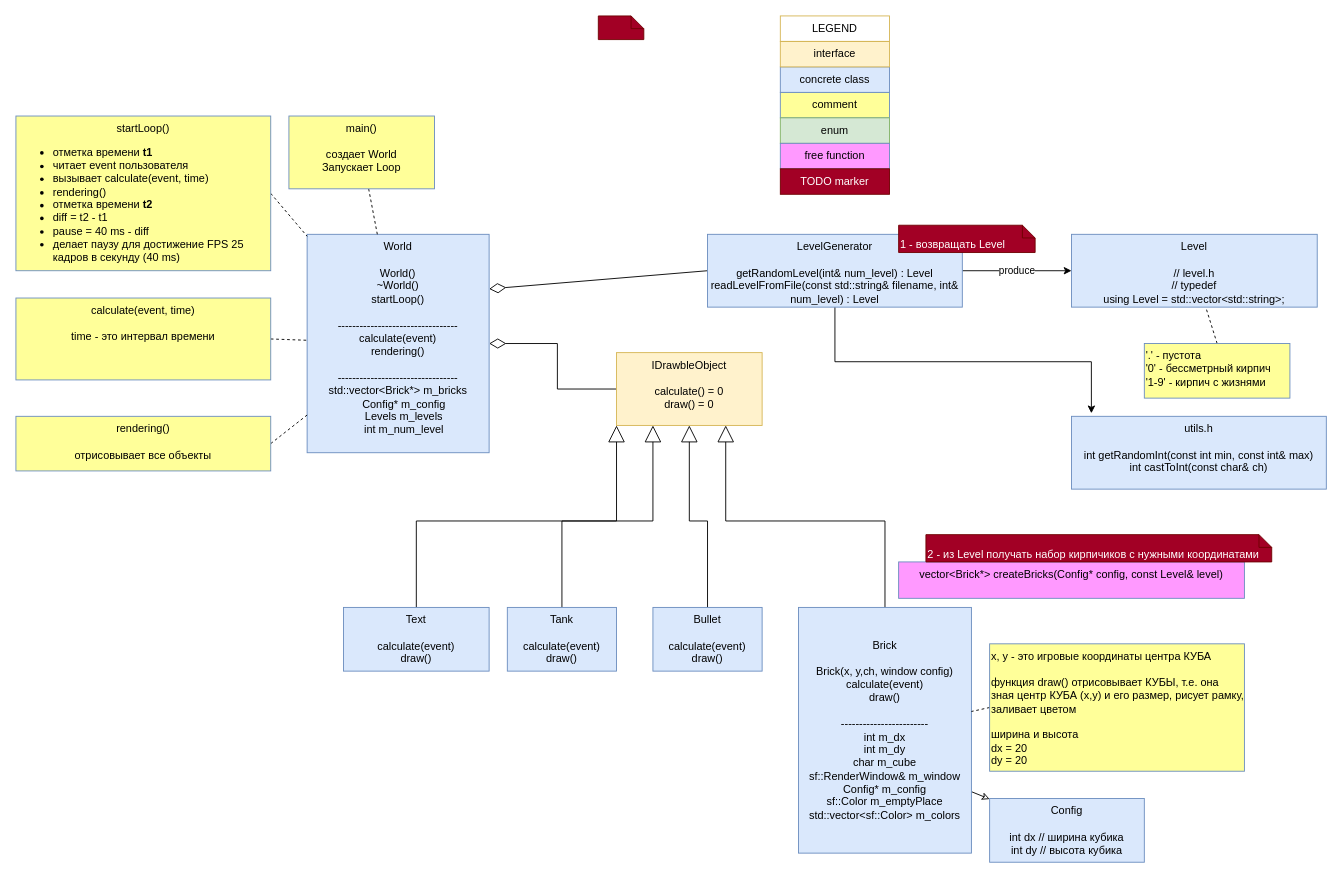
ProgProgrammer/tanks2 keeps this draw.io diagram as page "Page-1" (1 of 3) of TankUML.drawio. Above is the earlier version. Source tidied: cells renumbered, new cells numbered last; positions are measured from the earlier drawing's top-left corner, leaving out a move shared by most shapes. Both pictures are drawn from the tidied source at 91%, with x=0, y=0 at pixel (15, 15).
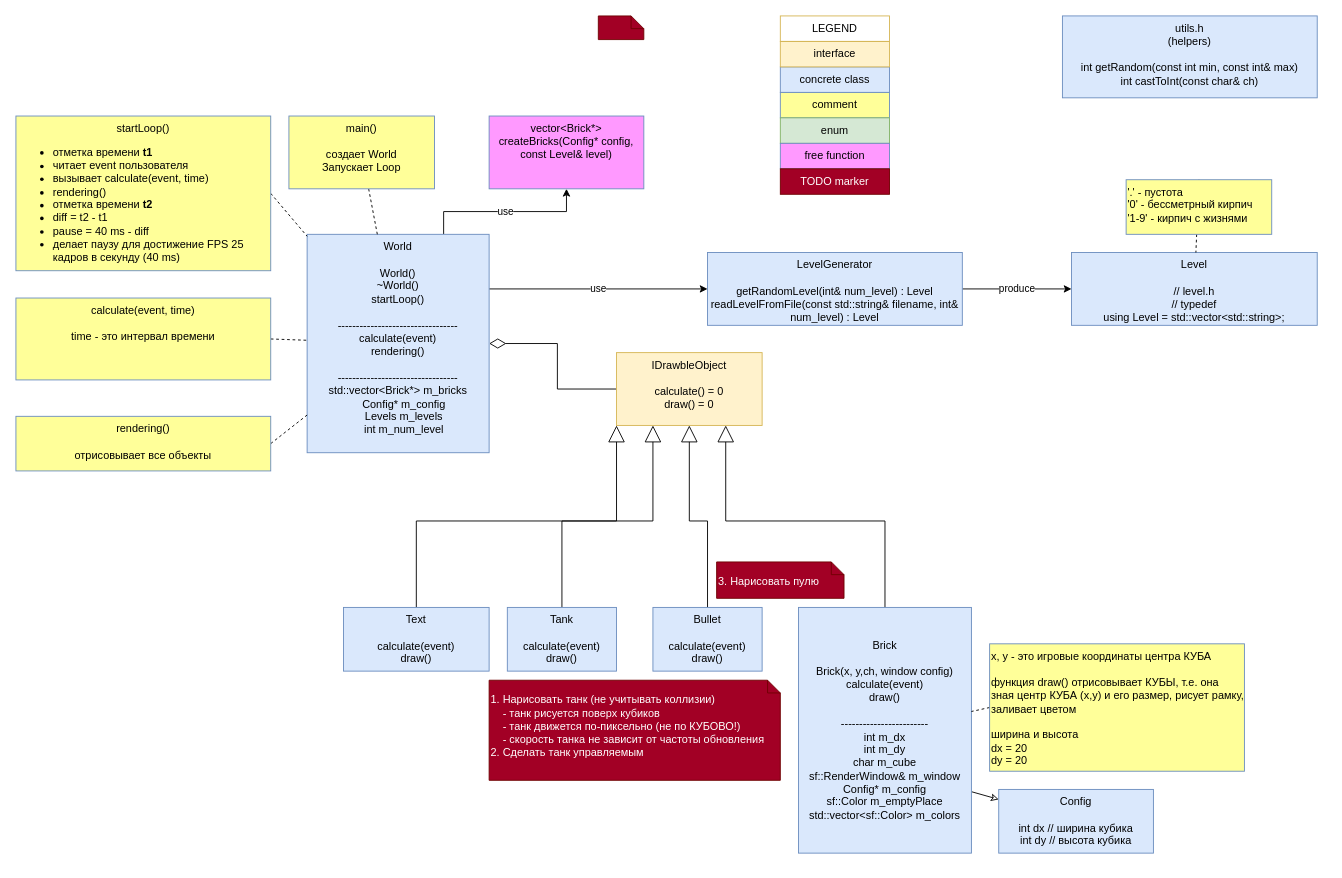
After the change.

The change refers to these unchanged cells:
```xml
<mxCell id="2" value="World&lt;br&gt;&lt;br&gt;&lt;div&gt;World()&lt;/div&gt;&lt;div&gt;&lt;span style=&quot;background-color: initial;&quot;&gt;~World()&lt;/span&gt;&lt;/div&gt;startLoop()&lt;br&gt;&lt;br&gt;---------------------------------&lt;br&gt;calculate(event)&lt;br&gt;rendering()&lt;br&gt;&lt;br&gt;---------------------------------&lt;br&gt;&lt;div&gt;std::vector&amp;lt;Brick*&amp;gt; m_bricks&lt;/div&gt;&lt;div&gt;&amp;nbsp; &amp;nbsp; Config* m_config&lt;/div&gt;&lt;div&gt;&amp;nbsp; &amp;nbsp; Levels m_levels&lt;/div&gt;&lt;div&gt;&amp;nbsp; &amp;nbsp; int m_num_level&lt;/div&gt;" style="rounded=0;whiteSpace=wrap;html=1;verticalAlign=top;fillColor=#dae8fc;strokeColor=#6c8ebf;" parent="1" vertex="1">
  <mxGeometry x="320" y="240" width="200" height="240" as="geometry" />
</mxCell>
```

Diff of the diagram source:
```diff
@@
+    <mxCell id="44" value="use" style="edgeStyle=orthogonalEdgeStyle;rounded=0;jettySize=auto;html=1;exitX=0.75;exitY=0;exitDx=0;exitDy=0;" parent="1" edge="1" source="2" target="40">
+      <mxGeometry relative="1" as="geometry" />
+    </mxCell>
+    <mxCell id="45" value="use" style="edgeStyle=orthogonalEdgeStyle;rounded=0;jettySize=auto;html=1;exitX=1;exitY=0.25;exitDx=0;exitDy=0;entryX=0;entryY=0.5;entryDx=0;entryDy=0;" parent="1" edge="1" source="2" target="33">
+      <mxGeometry relative="1" as="geometry" />
+    </mxCell>
@@
     <mxCell id="29" value="Level&lt;br&gt;&lt;br&gt;// level.h&lt;br&gt;// typedef&lt;br&gt;using Level = std::vector&amp;lt;std::string&amp;gt;;" style="rounded=0;whiteSpace=wrap;verticalAlign=top;fillColor=#dae8fc;strokeColor=#6c8ebf;html=1;" parent="1" vertex="1">
-      <mxGeometry x="1160" y="240" width="270" height="80" as="geometry" />
+      <mxGeometry x="1160" y="260" width="270" height="80" as="geometry" />
     </mxCell>
@@
-    <mxCell id="31" style="edgeStyle=none;rounded=0;jettySize=auto;html=1;exitX=0;exitY=0.5;exitDx=0;exitDy=0;entryX=1;entryY=0.25;entryDx=0;entryDy=0;endArrow=diamondThin;endFill=0;endSize=16;" parent="1" edge="1" source="33" target="2">
-      <mxGeometry relative="1" as="geometry" />
-    </mxCell>
-    <mxCell id="32" style="edgeStyle=orthogonalEdgeStyle;rounded=0;jettySize=auto;html=1;exitX=0.5;exitY=1;exitDx=0;exitDy=0;entryX=0.078;entryY=-0.042;entryDx=0;entryDy=0;entryPerimeter=0;" parent="1" edge="1" source="33" target="43">
-      <mxGeometry relative="1" as="geometry" />
-    </mxCell>
     <mxCell id="33" value="LevelGenerator&lt;br&gt;&lt;br&gt;getRandomLevel(int&amp;amp; num_level) : Level&lt;br&gt;readLevelFromFile(const std::string&amp;amp; filename, int&amp;amp; num_level) : Level" style="whiteSpace=wrap;html=1;fillColor=#dae8fc;strokeColor=#6c8ebf;align=center;verticalAlign=top;labelBackgroundColor=none;rounded=0;" parent="1" vertex="1">
-      <mxGeometry x="760" y="240" width="280" height="80" as="geometry" />
+      <mxGeometry x="760" y="260" width="280" height="80" as="geometry" />
     </mxCell>
@@
     <mxCell id="35" value="'.' - пустота&lt;br&gt;'0' - бессметрный кирпич&lt;br&gt;'1-9' - кирпич с жизнями" style="rounded=0;whiteSpace=wrap;html=1;verticalAlign=top;fillColor=#FFFF99;strokeColor=#6c8ebf;labelBackgroundColor=none;align=left;" parent="1" vertex="1">
-      <mxGeometry x="1240" y="360" width="160" height="60" as="geometry" />
+      <mxGeometry x="1220" y="180" width="160" height="60" as="geometry" />
     </mxCell>
-    <mxCell id="36" value="&lt;span style=&quot;white-space: nowrap&quot;&gt;&lt;br&gt;1 - возвращать Level&lt;br&gt;&lt;/span&gt;" style="shape=note;html=1;size=14;verticalAlign=top;align=left;spacingTop=-6;labelBackgroundColor=none;fillColor=#a20025;whiteSpace=wrap;strokeColor=#6F0000;fontColor=#ffffff;" parent="1" vertex="1" collapsed="1">
-      <mxGeometry x="970" y="230" width="150" height="30" as="geometry" />
+    <mxCell id="36" value="&lt;span style=&quot;white-space: nowrap&quot;&gt;&lt;br&gt;1. Нарисовать танк (не учитывать коллизии)&lt;br&gt;&amp;nbsp; &amp;nbsp; - танк рисуется поверх кубиков&lt;br&gt;&amp;nbsp; &amp;nbsp; - танк движется по-пиксельно (не по КУБОВО!)&lt;br&gt;&amp;nbsp; &amp;nbsp; - скорость танка не зависит от частоты обновления&lt;br&gt;2. Сделать танк управляемым&lt;br&gt;&lt;/span&gt;" style="shape=note;html=1;size=14;verticalAlign=top;align=left;spacingTop=-6;labelBackgroundColor=none;fillColor=#a20025;whiteSpace=wrap;strokeColor=#6F0000;fontColor=#ffffff;" parent="1" vertex="1" collapsed="1">
+      <mxGeometry x="520" y="730" width="320" height="110" as="geometry" />
     </mxCell>
@@
     <mxCell id="39" value="Config&lt;br&gt;&lt;br&gt;int dx // ширина кубика&lt;br&gt;int dy // высота кубика" style="whiteSpace=wrap;html=1;fillColor=#dae8fc;strokeColor=#6c8ebf;align=center;verticalAlign=top;labelBackgroundColor=none;rounded=0;" parent="1" vertex="1">
-      <mxGeometry x="1070" y="860" width="170" height="70" as="geometry" />
+      <mxGeometry x="1080" y="850" width="170" height="70" as="geometry" />
     </mxCell>
     <mxCell id="40" value="vector&amp;lt;Brick*&amp;gt; createBricks(Config* config, const Level&amp;amp; level)" style="rounded=0;whiteSpace=wrap;html=1;fillColor=#FF99FF;strokeColor=#6c8ebf;verticalAlign=top;" parent="1" vertex="1">
-      <mxGeometry x="970" y="600" width="380" height="40" as="geometry" />
+      <mxGeometry x="520" y="110" width="170" height="80" as="geometry" />
     </mxCell>
@@
-    <mxCell id="42" value="&lt;span style=&quot;white-space: nowrap&quot;&gt;&lt;br&gt;2 - из Level получать набор кирпичиков с нужными координатами&lt;br&gt;&lt;/span&gt;" style="shape=note;html=1;size=14;verticalAlign=top;align=left;spacingTop=-6;labelBackgroundColor=none;fillColor=#a20025;whiteSpace=wrap;strokeColor=#6F0000;fontColor=#ffffff;" parent="1" vertex="1" collapsed="1">
-      <mxGeometry x="1000" y="570" width="380" height="30" as="geometry" />
-    </mxCell>
-    <mxCell id="43" value="utils.h&lt;br&gt;&lt;br&gt;int getRandomInt(const int min, const int&amp;amp; max)&lt;br&gt;int castToInt(const char&amp;amp; ch)" style="whiteSpace=wrap;html=1;fillColor=#dae8fc;strokeColor=#6c8ebf;align=center;verticalAlign=top;labelBackgroundColor=none;rounded=0;" parent="1" vertex="1">
-      <mxGeometry x="1160" y="440" width="280" height="80" as="geometry" />
+    <mxCell id="43" value="utils.h&lt;br&gt;(helpers)&lt;br&gt;&lt;br&gt;int getRandom(const int min, const int&amp;amp; max)&lt;br&gt;int castToInt(const char&amp;amp; ch)" style="whiteSpace=wrap;html=1;fillColor=#dae8fc;strokeColor=#6c8ebf;align=center;verticalAlign=top;labelBackgroundColor=none;rounded=0;" parent="1" vertex="1">
+      <mxGeometry x="1150" width="280" height="90" as="geometry" />
     </mxCell>
+    <mxCell id="46" value="&lt;span style=&quot;white-space: nowrap&quot;&gt;&lt;br&gt;3. Нарисовать пулю&lt;br&gt;&lt;/span&gt;" style="shape=note;html=1;size=14;verticalAlign=top;align=left;spacingTop=-6;labelBackgroundColor=none;fillColor=#a20025;whiteSpace=wrap;strokeColor=#6F0000;fontColor=#ffffff;" parent="1" vertex="1" collapsed="1">
+      <mxGeometry x="770" y="600" width="140" height="40" as="geometry" />
+    </mxCell>
```
